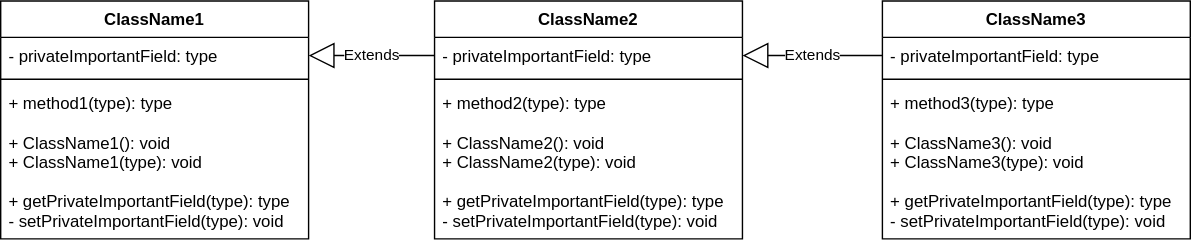
Earlier version of the draw.io export docs/img/uml1.svg (Ol333/hate-arising-labs). Source tidied: cells renumbered, new cells last; positions are measured from the earlier drawing's top-left corner, leaving out a move shared by most shapes.
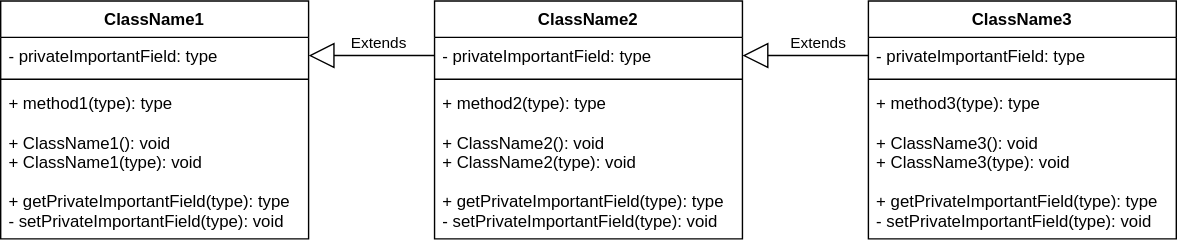
Above is the later version.

The edit, as a diff of the source:
```diff
@@ -2,7 +2,7 @@
   <root>
     <mxCell id="0" />
     <mxCell id="1" parent="0" />
-    <mxCell id="2" value="ClassName1" style="swimlane;fontStyle=1;align=center;verticalAlign=top;horizontal=1;startSize=26;" parent="1" vertex="1">
+    <mxCell id="2" value="ClassName1" style="swimlane;fontStyle=1;align=center;verticalAlign=top;horizontal=1;startSize=26;fillColor=none;" parent="1" vertex="1">
       <mxGeometry width="220" height="170" as="geometry" />
     </mxCell>
     <mxCell id="3" value="- privateImportantField: type" style="text;strokeColor=none;fillColor=none;align=left;verticalAlign=top;spacingLeft=4;spacingRight=4;overflow=hidden;points=[[0,0.5],[1,0.5]];portConstraint=eastwest;" parent="2" vertex="1">
@@ -14,10 +14,10 @@
     <mxCell id="5" value="+ method1(type): type&#10;&#10;+ ClassName1(): void&#10;+ ClassName1(type): void&#10;&#10;+ getPrivateImportantField(type): type&#10;- setPrivateImportantField(type): void" style="text;strokeColor=none;fillColor=none;align=left;verticalAlign=top;spacingLeft=4;spacingRight=4;overflow=hidden;" parent="2" vertex="1">
       <mxGeometry y="60" width="220" height="110" as="geometry" />
     </mxCell>
-    <mxCell id="6" value="Extends" style="endArrow=block;endSize=16;endFill=0;html=1;rounded=0;entryX=1;entryY=0.5;entryDx=0;entryDy=0;exitX=0;exitY=0.5;exitDx=0;exitDy=0;" parent="1" edge="1" source="8" target="3">
-      <mxGeometry relative="1" as="geometry" />
+    <mxCell id="6" value="&lt;span style=&quot;&quot;&gt;Extends&lt;/span&gt;" style="endArrow=block;endSize=16;endFill=0;html=1;rounded=0;entryX=1;entryY=0.5;entryDx=0;entryDy=0;exitX=0;exitY=0.5;exitDx=0;exitDy=0;labelBackgroundColor=none;" parent="1" edge="1" source="8" target="3">
+      <mxGeometry x="-0.11" y="-9" relative="1" as="geometry" />
     </mxCell>
-    <mxCell id="7" value="ClassName2" style="swimlane;fontStyle=1;align=center;verticalAlign=top;horizontal=1;startSize=26;" parent="1" vertex="1">
+    <mxCell id="7" value="ClassName2" style="swimlane;fontStyle=1;align=center;verticalAlign=top;horizontal=1;startSize=26;fillColor=none;" parent="1" vertex="1">
       <mxGeometry x="310" width="220" height="170" as="geometry" />
     </mxCell>
     <mxCell id="8" value="- privateImportantField: type" style="text;strokeColor=none;fillColor=none;align=left;verticalAlign=top;spacingLeft=4;spacingRight=4;overflow=hidden;points=[[0,0.5],[1,0.5]];portConstraint=eastwest;" parent="7" vertex="1">
@@ -29,8 +29,8 @@
     <mxCell id="10" value="+ method2(type): type&#10;&#10;+ ClassName2(): void&#10;+ ClassName2(type): void&#10;&#10;+ getPrivateImportantField(type): type&#10;- setPrivateImportantField(type): void" style="text;strokeColor=none;fillColor=none;align=left;verticalAlign=top;spacingLeft=4;spacingRight=4;overflow=hidden;" parent="7" vertex="1">
       <mxGeometry y="60" width="220" height="110" as="geometry" />
     </mxCell>
-    <mxCell id="11" value="ClassName3" style="swimlane;fontStyle=1;align=center;verticalAlign=top;horizontal=1;startSize=26;" parent="1" vertex="1">
-      <mxGeometry x="630" width="220" height="170" as="geometry" />
+    <mxCell id="11" value="ClassName3" style="swimlane;fontStyle=1;align=center;verticalAlign=top;horizontal=1;startSize=26;fillColor=none;" parent="1" vertex="1">
+      <mxGeometry x="620" width="220" height="170" as="geometry" />
     </mxCell>
     <mxCell id="12" value="- privateImportantField: type" style="text;strokeColor=none;fillColor=none;align=left;verticalAlign=top;spacingLeft=4;spacingRight=4;overflow=hidden;points=[[0,0.5],[1,0.5]];portConstraint=eastwest;" parent="11" vertex="1">
       <mxGeometry y="26" width="220" height="26" as="geometry" />
@@ -41,8 +41,8 @@
     <mxCell id="14" value="+ method3(type): type&#10;&#10;+ ClassName3(): void&#10;+ ClassName3(type): void&#10;&#10;+ getPrivateImportantField(type): type&#10;- setPrivateImportantField(type): void" style="text;strokeColor=none;fillColor=none;align=left;verticalAlign=top;spacingLeft=4;spacingRight=4;overflow=hidden;" parent="11" vertex="1">
       <mxGeometry y="60" width="220" height="110" as="geometry" />
     </mxCell>
-    <mxCell id="15" value="Extends" style="endArrow=block;endSize=16;endFill=0;html=1;rounded=0;entryX=1;entryY=0.5;entryDx=0;entryDy=0;exitX=0;exitY=0.5;exitDx=0;exitDy=0;" parent="1" edge="1" source="12" target="8">
-      <mxGeometry relative="1" as="geometry" />
+    <mxCell id="15" value="&lt;span style=&quot;&quot;&gt;Extends&lt;/span&gt;" style="endArrow=block;endSize=16;endFill=0;html=1;rounded=0;entryX=1;entryY=0.5;entryDx=0;entryDy=0;exitX=0;exitY=0.5;exitDx=0;exitDy=0;labelBackgroundColor=none;" parent="1" edge="1" source="12" target="8">
+      <mxGeometry x="-0.2" y="-9" relative="1" as="geometry" />
     </mxCell>
   </root>
 </mxGraphModel>
```
